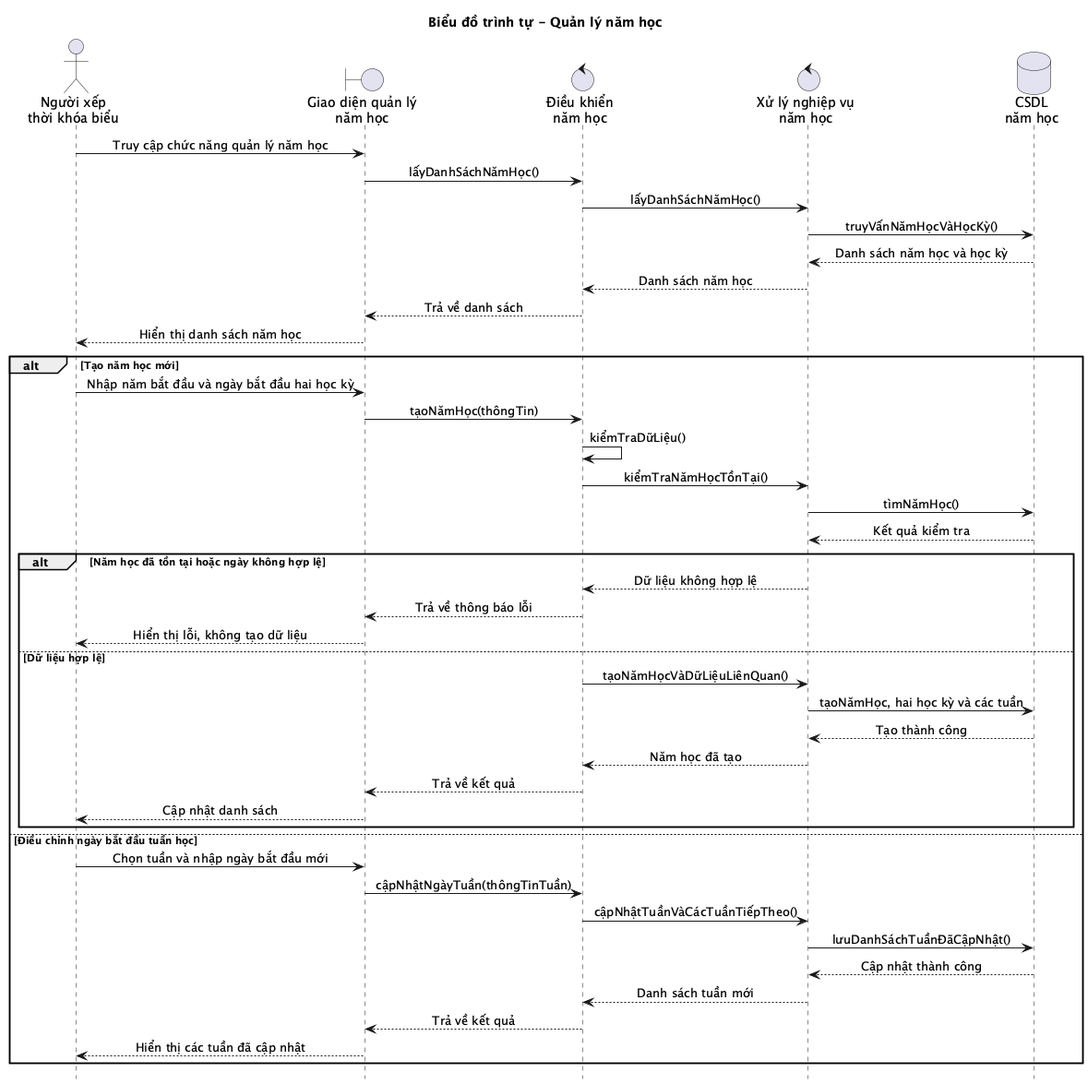
This is report/Hinhve/SequenceDiagram/sequence_quan_ly_nam_hoc.png from ntth2000/edu-scheduling, a PlantUML export, as it was before one commit. Source of this version:
```plantuml
@startuml
title Biểu đồ trình tự - Quản lý năm học
hide footbox
skinparam sequenceMessageAlign center
skinparam responseMessageBelowArrow true

actor "Người xếp\nthời khóa biểu" as User
boundary "Giao diện quản lý\nnăm học" as UI
control "Điều khiển\nnăm học" as Controller
control "Xử lý nghiệp vụ\nnăm học" as Service
database "CSDL\nnăm học" as DB

User -> UI: Truy cập chức năng quản lý năm học
UI -> Controller: lấyDanhSáchNămHọc()
Controller -> Service: lấyDanhSáchNămHọc()
Service -> DB: truyVấnNămHọcVàHọcKỳ()
DB --> Service: Danh sách năm học và học kỳ
Service --> Controller: Danh sách năm học
Controller --> UI: Trả về danh sách
UI --> User: Hiển thị danh sách năm học

alt Tạo năm học mới
    User -> UI: Nhập năm bắt đầu và ngày bắt đầu hai học kỳ
    UI -> Controller: tạoNămHọc(thôngTin)
    Controller -> Controller: kiểmTraDữLiệu()
    Controller -> Service: kiểmTraNămHọcTồnTại()
    Service -> DB: tìmNămHọc()
    DB --> Service: Kết quả kiểm tra
    alt Năm học đã tồn tại hoặc ngày không hợp lệ
        Service --> Controller: Dữ liệu không hợp lệ
        Controller --> UI: Trả về thông báo lỗi
        UI --> User: Hiển thị lỗi, không tạo dữ liệu
    else Dữ liệu hợp lệ
        Controller -> Service: tạoNămHọcVàDữLiệuLiênQuan()
        Service -> DB: tạoNămHọc, hai học kỳ và các tuần
        DB --> Service: Tạo thành công
        Service --> Controller: Năm học đã tạo
        Controller --> UI: Trả về kết quả
        UI --> User: Cập nhật danh sách
    end
else Điều chỉnh ngày bắt đầu tuần học
    User -> UI: Chọn tuần và nhập ngày bắt đầu mới
    UI -> Controller: cậpNhậtNgàyTuần(thôngTinTuần)
    Controller -> Service: cậpNhậtTuầnVàCácTuầnTiếpTheo()
    Service -> DB: lưuDanhSáchTuầnĐãCậpNhật()
    DB --> Service: Cập nhật thành công
    Service --> Controller: Danh sách tuần mới
    Controller --> UI: Trả về kết quả
    UI --> User: Hiển thị các tuần đã cập nhật
end
@enduml
```
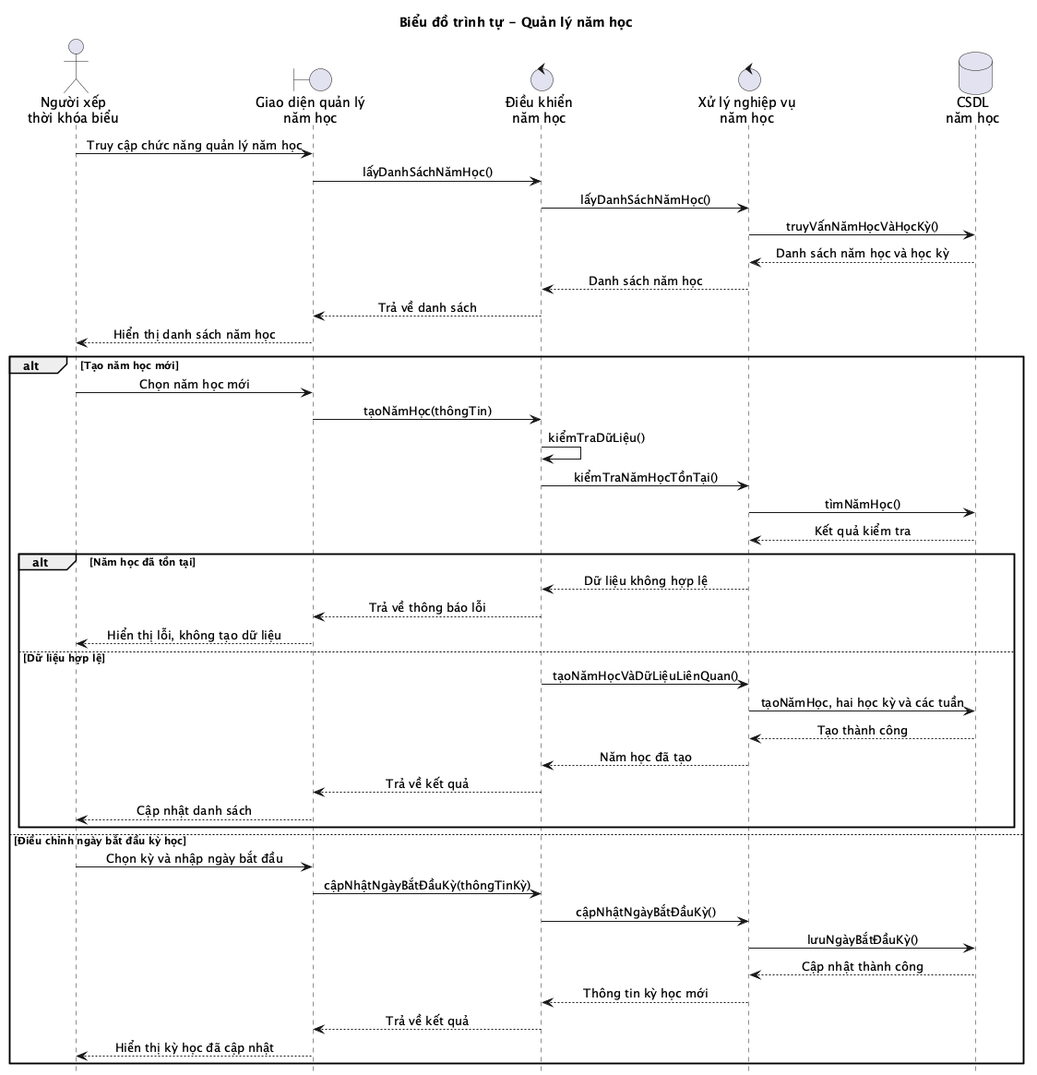
The same file after the commit.

Diff of the diagram source:
```diff
@@ -20,13 +20,13 @@
 UI --> User: Hiển thị danh sách năm học
 
 alt Tạo năm học mới
-    User -> UI: Nhập năm bắt đầu và ngày bắt đầu hai học kỳ
+    User -> UI: Chọn năm học mới
     UI -> Controller: tạoNămHọc(thôngTin)
     Controller -> Controller: kiểmTraDữLiệu()
     Controller -> Service: kiểmTraNămHọcTồnTại()
     Service -> DB: tìmNămHọc()
     DB --> Service: Kết quả kiểm tra
-    alt Năm học đã tồn tại hoặc ngày không hợp lệ
+    alt Năm học đã tồn tại
         Service --> Controller: Dữ liệu không hợp lệ
         Controller --> UI: Trả về thông báo lỗi
         UI --> User: Hiển thị lỗi, không tạo dữ liệu
@@ -38,14 +38,14 @@
         Controller --> UI: Trả về kết quả
         UI --> User: Cập nhật danh sách
     end
-else Điều chỉnh ngày bắt đầu tuần học
-    User -> UI: Chọn tuần và nhập ngày bắt đầu mới
-    UI -> Controller: cậpNhậtNgàyTuần(thôngTinTuần)
-    Controller -> Service: cậpNhậtTuầnVàCácTuầnTiếpTheo()
-    Service -> DB: lưuDanhSáchTuầnĐãCậpNhật()
+else Điều chỉnh ngày bắt đầu kỳ học
+    User -> UI: Chọn kỳ và nhập ngày bắt đầu
+    UI -> Controller: cậpNhậtNgàyBắtĐầuKỳ(thôngTinKỳ)
+    Controller -> Service: cậpNhậtNgàyBắtĐầuKỳ()
+    Service -> DB: lưuNgàyBắtĐầuKỳ()
     DB --> Service: Cập nhật thành công
-    Service --> Controller: Danh sách tuần mới
+    Service --> Controller: Thông tin kỳ học mới
     Controller --> UI: Trả về kết quả
-    UI --> User: Hiển thị các tuần đã cập nhật
+    UI --> User: Hiển thị kỳ học đã cập nhật
 end
 @enduml
```
